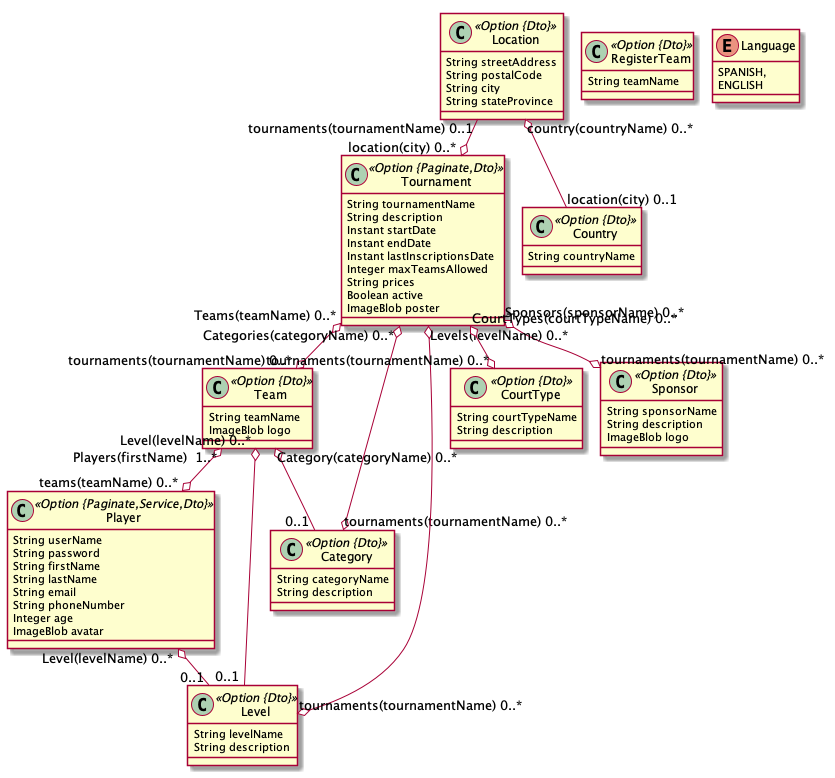
jjsanbra/padelTMApp keeps this PlantUML diagram as padel-tm-app-gpt.png. Above is the earlier version. Its diagram source:
```plantuml
@startuml
	!pragma layout smetana
	!pragma syntax class
	class Tournament <<Option {Paginate,Dto}>> {
		String tournamentName
		String description
		Instant startDate
		Instant endDate
		Instant lastInscriptionsDate
		Integer maxTeamsAllowed
		String prices
		Boolean active
		ImageBlob poster
	}
	class Player <<Option {Paginate,Service,Dto}>> {
		String userName
		String password
		String firstName
		String lastName
		String email
		String phoneNumber
		Integer age
		ImageBlob avatar
	}
	class Team <<Option {Dto}>> {
		String teamName
		ImageBlob logo
	}
	class RegisterTeam <<Option {Dto}>> {
		String teamName
	}
	class Location <<Option {Dto}>> {
		String streetAddress
		String postalCode
		String city
		String stateProvince
	}
	class Country <<Option {Dto}>> {
		String countryName
	}
	class Category <<Option {Dto}>> {
		String categoryName
		String description
	}
	class Level <<Option {Dto}>> {
		String levelName
		String description
	}
	class CourtType <<Option {Dto}>> {
		String courtTypeName
		String description
	}
	class Sponsor <<Option {Dto}>> {
		String sponsorName
		String description
		ImageBlob logo
	}
	enum Language {
		SPANISH,
		ENGLISH
	}
	Location  "tournaments(tournamentName) 0..1 " --o "location(city) 0..* "  Tournament
	Player  "Level(levelName) 0..* " o-- "0..1 "  Level
	Team  "Level(levelName) 0..* " o-- "0..1 "  Level
	Team  "Category(categoryName) 0..* " o-- "0..1 "  Category
	Location  "country(countryName) 0..* " o-- "location(city) 0..1 "  Country
	Tournament  "Sponsors(sponsorName) 0..* " o--o "tournaments(tournamentName) 0..* "  Sponsor
	Tournament  "Teams(teamName) 0..* " o--o "tournaments(tournamentName) 0..* "  Team
	Tournament  "Categories(categoryName) 0..* " o--o "tournaments(tournamentName) 0..* "  Category
	Tournament  "Levels(levelName) 0..* " o--o "tournaments(tournamentName) 0..* "  Level
	Tournament  "CourtTypes(courtTypeName) 0..* " o--o "tournaments(tournamentName) 0..* "  CourtType
	Team  "Players(firstName)  1..* " o--o "teams(teamName) 0..* "  Player
@enduml
```
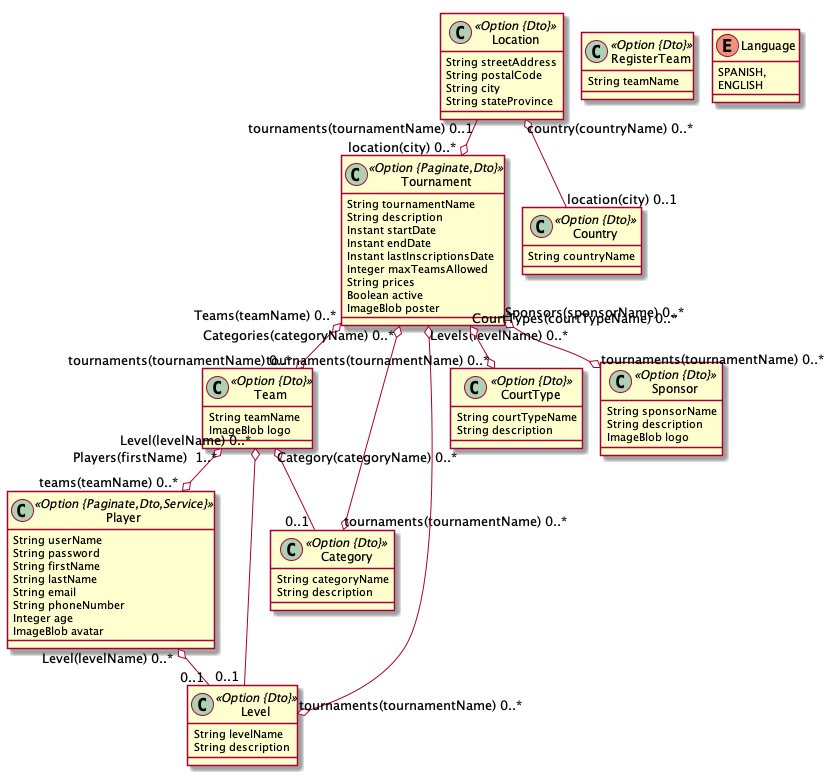
After the commit.

Diff of the diagram source:
```diff
@@ -12,7 +12,7 @@
 		Boolean active
 		ImageBlob poster
 	}
-	class Player <<Option {Paginate,Service,Dto}>> {
+	class Player <<Option {Paginate,Dto,Service}>> {
 		String userName
 		String password
 		String firstName
```
